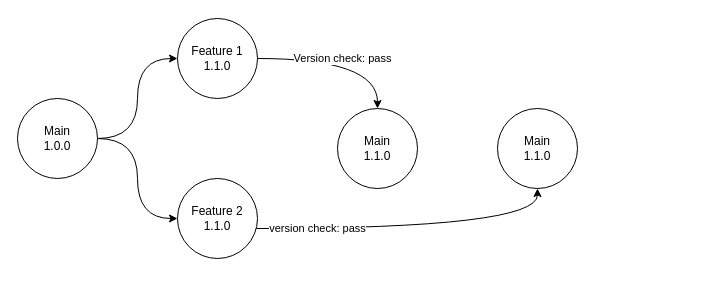
Earlier version of the draw.io diagram jenkins-version-collission.drawio (johnwatson484/diagrams). Source tidied: cells renumbered, new cells numbered last; positions are measured from the earlier drawing's top-left corner, leaving out a move shared by most shapes. Both pictures are drawn from the tidied source at 100%, with x=0, y=0 at pixel (17, 18).
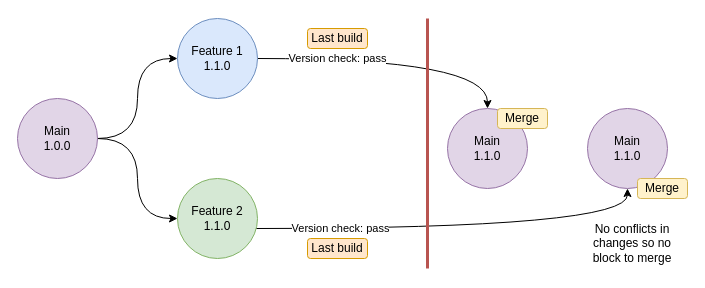
The same diagram, later.

Diff of the diagram source:
```diff
@@
 <mxGraphModel>
   <root>
     <mxCell id="0" />
     <mxCell id="1" parent="0" />
     <mxCell id="2" style="edgeStyle=orthogonalEdgeStyle;rounded=0;jettySize=auto;html=1;entryX=0;entryY=0.5;entryDx=0;entryDy=0;curved=1;" parent="1" edge="1" source="4" target="6">
       <mxGeometry relative="1" as="geometry" />
     </mxCell>
     <mxCell id="3" style="edgeStyle=orthogonalEdgeStyle;rounded=0;jettySize=auto;html=1;curved=1;" parent="1" edge="1" source="4" target="8">
       <mxGeometry relative="1" as="geometry" />
     </mxCell>
-    <mxCell id="4" value="Main&lt;br&gt;1.0.0" style="ellipse;whiteSpace=wrap;html=1;" parent="1" vertex="1">
+    <mxCell id="4" value="Main&lt;br&gt;1.0.0" style="ellipse;whiteSpace=wrap;html=1;fillColor=#e1d5e7;strokeColor=#9673a6;" parent="1" vertex="1">
       <mxGeometry y="80" width="80" height="80" as="geometry" />
     </mxCell>
     <mxCell id="5" value="Version check: pass" style="edgeStyle=orthogonalEdgeStyle;curved=1;rounded=0;jettySize=auto;html=1;entryX=0.5;entryY=0;entryDx=0;entryDy=0;" parent="1" edge="1" source="6" target="9">
-      <mxGeometry relative="1" as="geometry" />
+      <mxGeometry x="-0.43" relative="1" as="geometry" />
     </mxCell>
-    <mxCell id="6" value="Feature 1&lt;br&gt;1.1.0" style="ellipse;whiteSpace=wrap;html=1;" parent="1" vertex="1">
+    <mxCell id="6" value="Feature 1&lt;br&gt;1.1.0" style="ellipse;whiteSpace=wrap;html=1;fillColor=#dae8fc;strokeColor=#6c8ebf;" parent="1" vertex="1">
       <mxGeometry x="160" width="80" height="80" as="geometry" />
     </mxCell>
-    <mxCell id="7" value="version check: pass" style="edgeStyle=orthogonalEdgeStyle;curved=1;rounded=0;jettySize=auto;html=1;entryX=0.5;entryY=1;entryDx=0;entryDy=0;" parent="1" edge="1" source="8" target="10">
-      <mxGeometry x="-0.62" relative="1" as="geometry">
+    <mxCell id="7" value="Version check: pass" style="edgeStyle=orthogonalEdgeStyle;curved=1;rounded=0;jettySize=auto;html=1;entryX=0.5;entryY=1;entryDx=0;entryDy=0;" parent="1" edge="1" source="8" target="10">
+      <mxGeometry x="-0.59" relative="1" as="geometry">
         <Array as="points">
-          <mxPoint x="520" y="210" />
+          <mxPoint x="610" y="210" />
         </Array>
       </mxGeometry>
     </mxCell>
-    <mxCell id="8" value="Feature 2&lt;br&gt;1.1.0" style="ellipse;whiteSpace=wrap;html=1;" parent="1" vertex="1">
+    <mxCell id="8" value="Feature 2&lt;br&gt;1.1.0" style="ellipse;whiteSpace=wrap;html=1;fillColor=#d5e8d4;strokeColor=#82b366;" parent="1" vertex="1">
       <mxGeometry x="160" y="160" width="80" height="80" as="geometry" />
     </mxCell>
-    <mxCell id="9" value="Main&lt;br&gt;1.1.0" style="ellipse;whiteSpace=wrap;html=1;" parent="1" vertex="1">
-      <mxGeometry x="320" y="90" width="80" height="80" as="geometry" />
+    <mxCell id="9" value="Main&lt;br&gt;1.1.0" style="ellipse;whiteSpace=wrap;html=1;fillColor=#e1d5e7;strokeColor=#9673a6;" parent="1" vertex="1">
+      <mxGeometry x="430" y="90" width="80" height="80" as="geometry" />
     </mxCell>
-    <mxCell id="10" value="Main&lt;br&gt;1.1.0" style="ellipse;whiteSpace=wrap;html=1;" parent="1" vertex="1">
-      <mxGeometry x="480" y="90" width="80" height="80" as="geometry" />
+    <mxCell id="10" value="Main&lt;br&gt;1.1.0" style="ellipse;whiteSpace=wrap;html=1;fillColor=#e1d5e7;strokeColor=#9673a6;" parent="1" vertex="1">
+      <mxGeometry x="570" y="90" width="80" height="80" as="geometry" />
     </mxCell>
+    <mxCell id="11" value="Merge" style="rounded=1;whiteSpace=wrap;html=1;fillColor=#fff2cc;strokeColor=#d6b656;" parent="1" vertex="1">
+      <mxGeometry x="480" y="90" width="50" height="20" as="geometry" />
+    </mxCell>
+    <mxCell id="12" value="Merge" style="rounded=1;whiteSpace=wrap;html=1;fillColor=#fff2cc;strokeColor=#d6b656;" parent="1" vertex="1">
+      <mxGeometry x="620" y="160" width="50" height="20" as="geometry" />
+    </mxCell>
+    <mxCell id="13" value="No conflicts in changes so no block to merge" style="text;html=1;strokeColor=none;fillColor=none;align=center;verticalAlign=middle;whiteSpace=wrap;rounded=0;" parent="1" vertex="1">
+      <mxGeometry x="560" y="210" width="110" height="30" as="geometry" />
+    </mxCell>
+    <mxCell id="14" value="Last build" style="rounded=1;whiteSpace=wrap;html=1;fillColor=#ffe6cc;strokeColor=#d79b00;" parent="1" vertex="1">
+      <mxGeometry x="290" y="220" width="60" height="20" as="geometry" />
+    </mxCell>
+    <mxCell id="15" value="Last build" style="rounded=1;whiteSpace=wrap;html=1;fillColor=#ffe6cc;strokeColor=#d79b00;" parent="1" vertex="1">
+      <mxGeometry x="290" y="10" width="60" height="20" as="geometry" />
+    </mxCell>
+    <mxCell id="16" style="endArrow=none;html=1;rounded=0;curved=1;fillColor=#f8cecc;strokeColor=#b85450;strokeWidth=3;" parent="1" edge="1">
+      <mxGeometry relative="1" as="geometry">
+        <mxPoint x="410" y="250" as="sourcePoint" />
+        <mxPoint x="410" as="targetPoint" />
+      </mxGeometry>
+    </mxCell>
   </root>
 </mxGraphModel>
```
